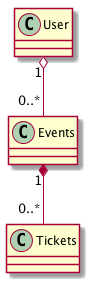
Earlier version of the PlantUML export docs/dev/awesome_events/images/core_mode.png (k2works/etude_for_rails).
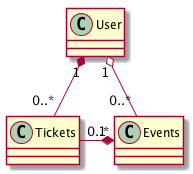
The same diagram one commit later.

The edit, as a diff of the source:
```diff
@@ -1,6 +1,7 @@
 @startuml
 
 User"1" o-- "0..*"Events
-Events"1" *-- "0..*"Tickets
+Events"1" *-l- "0..*"Tickets
+User"1" *-- "0..*"Tickets
 
 @enduml
```
